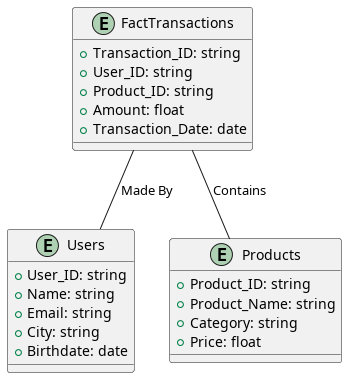
This is out/etoil/etoil.png from LaamiriOuail/big_data_airflow_prjt, a PlantUML export, as it was before one commit. Its diagram source:
```plantuml
@startuml

entity "FactTransactions" as FactTransactions {
  +Transaction_ID: string
  +User_ID: string
  +Product_ID: string
  +Amount: float
  +Transaction_Date: date
}

entity "Users" as Users {
  +User_ID: string
  +Name: string
  +Email: string
  +City: string
  +Birthdate: date
}

entity "Products" as Products {
  +Product_ID: string
  +Product_Name: string
  +Category: string
  +Price: float
}

FactTransactions -- Users : "Made By"
FactTransactions -- Products : "Contains"
@enduml
```
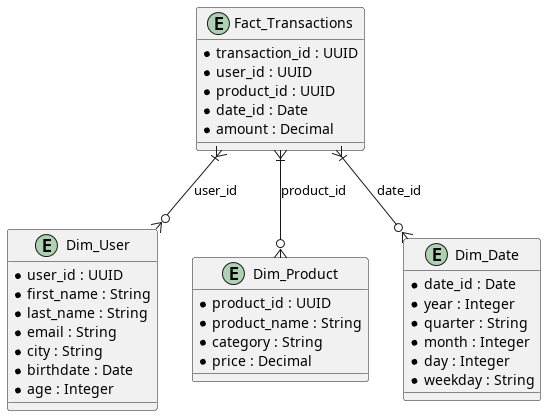
Above is the later version.

Change to the diagram source:
```diff
@@ -1,28 +1,40 @@
 @startuml
-
-entity "FactTransactions" as FactTransactions {
-  +Transaction_ID: string
-  +User_ID: string
-  +Product_ID: string
-  +Amount: float
-  +Transaction_Date: date
+entity "Fact_Transactions" as Fact_Transactions {
+    * transaction_id : UUID
+    * user_id : UUID
+    * product_id : UUID
+    * date_id : Date
+    * amount : Decimal
 }
 
-entity "Users" as Users {
-  +User_ID: string
-  +Name: string
-  +Email: string
-  +City: string
-  +Birthdate: date
+entity "Dim_User" as Dim_User {
+    * user_id : UUID
+    * first_name : String
+    * last_name : String
+    * email : String
+    * city : String
+    * birthdate : Date
+    * age : Integer
 }
 
-entity "Products" as Products {
-  +Product_ID: string
-  +Product_Name: string
-  +Category: string
-  +Price: float
+entity "Dim_Product" as Dim_Product {
+    * product_id : UUID
+    * product_name : String
+    * category : String
+    * price : Decimal
 }
 
-FactTransactions -- Users : "Made By"
-FactTransactions -- Products : "Contains"
+entity "Dim_Date" as Dim_Date {
+    * date_id : Date
+    * year : Integer
+    * quarter : String
+    * month : Integer
+    * day : Integer
+    * weekday : String
+}
+
+Fact_Transactions }|--o{ Dim_User : "user_id"
+Fact_Transactions }|--o{ Dim_Product : "product_id"
+Fact_Transactions }|--o{ Dim_Date : "date_id"
+
 @enduml
```
